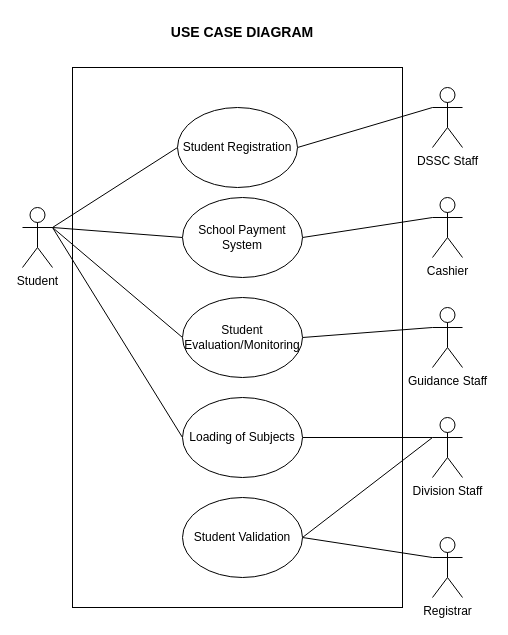
Above: Copy of Untitled Diagram.drawio in John-Rey-Pial/Draw-IO (draw.io), before the change. Source tidied: cells renumbered, new cells numbered last; positions are measured from the earlier drawing's top-left corner, leaving out a move shared by most shapes. Both pictures are drawn from the tidied source at 100%, with x=0, y=0 at pixel (22, 17).
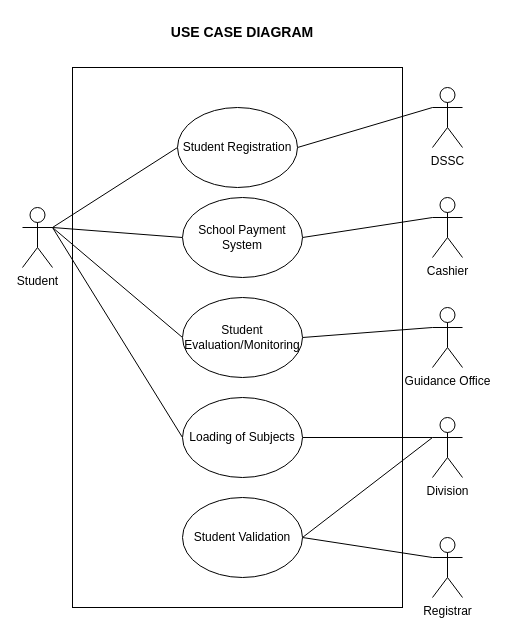
The same page after the edit.

Change to the diagram source:
```diff
@@
-    <mxCell id="8" value="DSSC Staff" style="shape=umlActor;verticalLabelPosition=bottom;verticalAlign=top;html=1;outlineConnect=0;" parent="1" vertex="1">
+    <mxCell id="8" value="DSSC" style="shape=umlActor;verticalLabelPosition=bottom;verticalAlign=top;html=1;outlineConnect=0;" parent="1" vertex="1">
       <mxGeometry x="410" y="70" width="30" height="60" as="geometry" />
     </mxCell>
@@
-    <mxCell id="10" value="Division Staff" style="shape=umlActor;verticalLabelPosition=bottom;verticalAlign=top;html=1;outlineConnect=0;" parent="1" vertex="1">
+    <mxCell id="10" value="Division" style="shape=umlActor;verticalLabelPosition=bottom;verticalAlign=top;html=1;outlineConnect=0;" parent="1" vertex="1">
       <mxGeometry x="410" y="400" width="30" height="60" as="geometry" />
     </mxCell>
@@
-    <mxCell id="20" value="Guidance Staff" style="shape=umlActor;verticalLabelPosition=bottom;verticalAlign=top;html=1;outlineConnect=0;" parent="1" vertex="1">
+    <mxCell id="20" value="Guidance Office" style="shape=umlActor;verticalLabelPosition=bottom;verticalAlign=top;html=1;outlineConnect=0;" parent="1" vertex="1">
       <mxGeometry x="410" y="290" width="30" height="60" as="geometry" />
     </mxCell>
```
